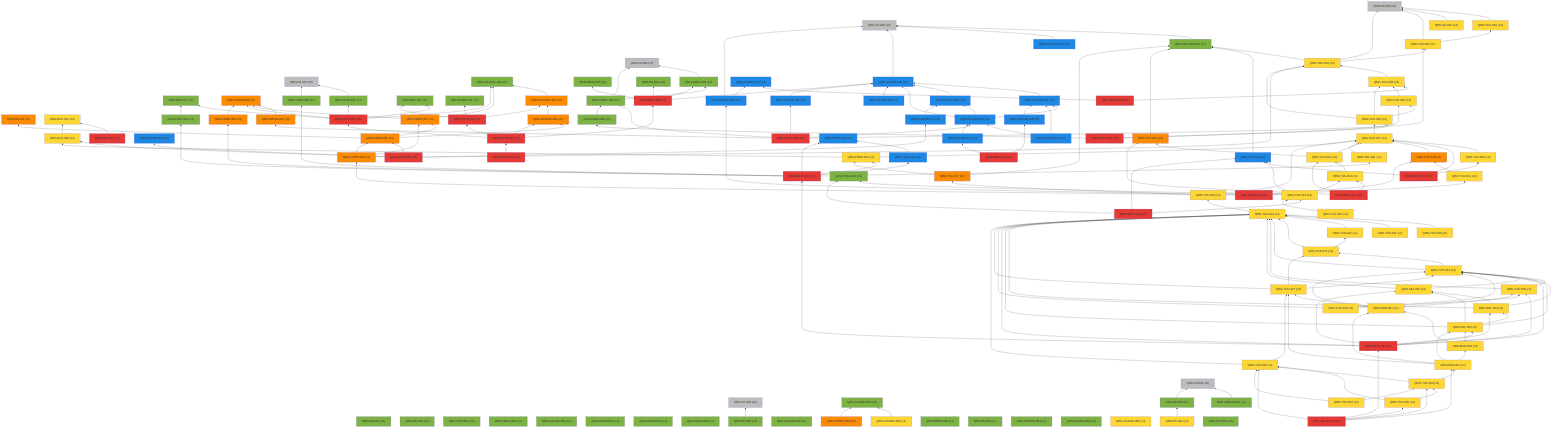
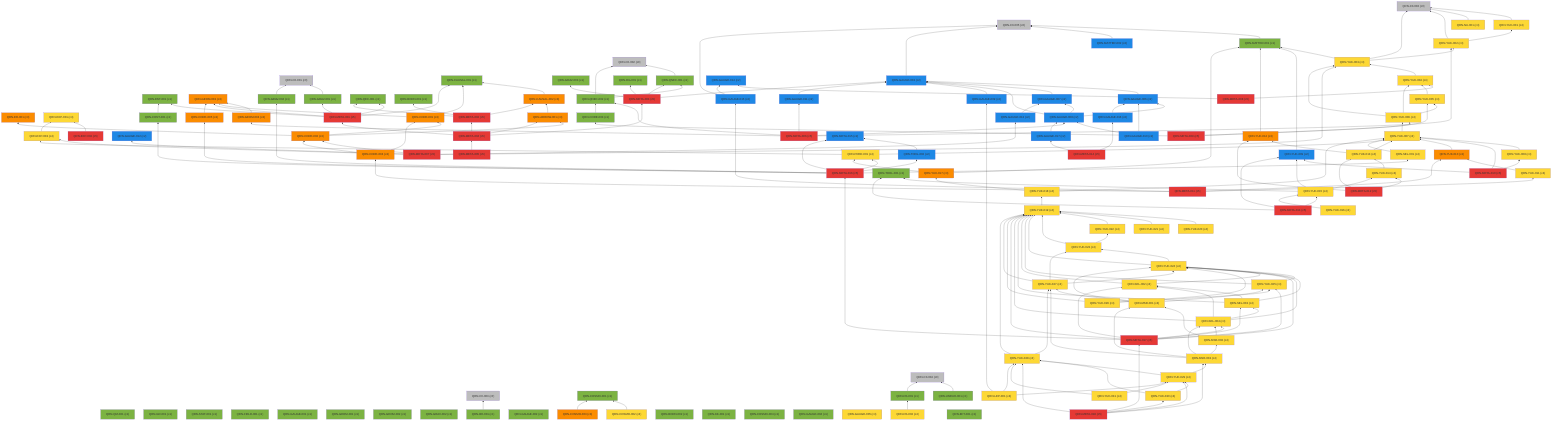
%% 自動生成 (dag/report.pl) — QRN 主張依存グラフ
graph BT
  QRN_C0_001["QRN-C0-001 (c0)"]:::c0
  QRN_C0_002["QRN-C0-002 (c0)"]:::c0
  QRN_C0_003["QRN-C0-003 (c0)"]:::c0
  QRN_C0_004["QRN-C0-004 (c0)"]:::c0
  QRN_C0_005["QRN-C0-005 (c0)"]:::c0
  QRN_C0_006["QRN-C0-006 (c0)"]:::c0
  QRN_QM_001["QRN-QM-001 (c1)"]:::c1
  QRN_GR_001["QRN-GR-001 (c1)"]:::c1
  QRN_STAT_001["QRN-STAT-001 (c1)"]:::c1
  QRN_FIELD_001["QRN-FIELD-001 (c1)"]:::c1
  QRN_GAUGE_001["QRN-GAUGE-001 (c1)"]:::c1
  QRN_ENT_001["QRN-ENT-001 (c1)"]:::c1
  QRN_GEOM_001["QRN-GEOM-001 (c1)"]:::c1
  QRN_GEOM_002["QRN-GEOM-002 (c1)"]:::c1
  QRN_GEOM_003["QRN-GEOM-003 (c3)"]:::c3
  QRN_GRAV_001["QRN-GRAV-001 (c1)"]:::c1
  QRN_GRAV_002["QRN-GRAV-002 (c1)"]:::c1
  QRN_BH_001["QRN-BH-001 (c1)"]:::c1
  QRN_CAUSAL_001["QRN-CAUSAL-001 (c1)"]:::c1
  QRN_CAUSAL_002["QRN-CAUSAL-002 (c3)"]:::c3
  QRN_ER_001["QRN-ER-001 (c3)"]:::c3
  QRN_QEC_001["QRN-QEC-001 (c1)"]:::c1
  QRN_GAUGE_002["QRN-GAUGE-002 (c1)"]:::c1
  QRN_COSMO_001["QRN-COSMO-001 (c1)"]:::c1
  QRN_COSMO_002["QRN-COSMO-002 (c4)"]:::c4
  QRN_COSMO_003["QRN-COSMO-003 (c3)"]:::c3
  QRN_BORN_001["QRN-BORN-001 (c1)"]:::c1
  QRN_BORN_002["QRN-BORN-002 (c1)"]:::c1
  QRN_GRAV_003["QRN-GRAV-003 (c1)"]:::c1
  QRN_KK_001["QRN-KK-001 (c1)"]:::c1
  QRN_MATTER_001["QRN-MATTER-001 (c1)"]:::c1
  QRN_MATTER_002["QRN-MATTER-002 (c2)"]:::c2
  QRN_COSMO_004["QRN-COSMO-004 (c1)"]:::c1
  QRN_EXP_001["QRN-EXP-001 (c4)"]:::c4
  QRN_GAUGE_003["QRN-GAUGE-003 (c2)"]:::c2
  QRN_GAUGE_004["QRN-GAUGE-004 (c1)"]:::c1
  QRN_GAUGE_005["QRN-GAUGE-005 (c4)"]:::c4
  QRN_YUK_001["QRN-YUK-001 (c4)"]:::c4
  QRN_RG_001["QRN-RG-001 (c1)"]:::c1
  QRN_UNRUH_001["QRN-UNRUH-001 (c1)"]:::c1
  QRN_QNEC_001["QRN-QNEC-001 (c1)"]:::c1
  QRN_NU_001["QRN-NU-001 (c4)"]:::c4
  QRN_GAUGE_006["QRN-GAUGE-006 (c2)"]:::c2
  QRN_DS_001["QRN-DS-001 (c1)"]:::c1
  QRN_DS_002["QRN-DS-002 (c4)"]:::c4
  QRN_ARROW_001["QRN-ARROW-001 (c3)"]:::c3
  QRN_GAUGE_007["QRN-GAUGE-007 (c2)"]:::c2
  QRN_EFT_001["QRN-EFT-001 (c1)"]:::c1
  QRN_GAUGE_008["QRN-GAUGE-008 (c2)"]:::c2
  QRN_GAUGE_009["QRN-GAUGE-009 (c2)"]:::c2
  QRN_GAUGE_010["QRN-GAUGE-010 (c2)"]:::c2
  QRN_QNEC_002["QRN-QNEC-002 (c1)"]:::c1
  QRN_GEOM_004["QRN-GEOM-004 (c3)"]:::c3
  QRN_YUK_002["QRN-YUK-002 (c4)"]:::c4
  QRN_EXP_002["QRN-EXP-002 (c5)"]:::c5
  QRN_CORE_001["QRN-CORE-001 (c3)"]:::c3
  QRN_GAUGE_011["QRN-GAUGE-011 (c2)"]:::c2
  QRN_GAUGE_012["QRN-GAUGE-012 (c2)"]:::c2
  QRN_YUK_003["QRN-YUK-003 (c4)"]:::c4
  QRN_EXP_003["QRN-EXP-003 (c4)"]:::c4
  QRN_CORE_002["QRN-CORE-002 (c3)"]:::c3
  QRN_GAUGE_013["QRN-GAUGE-013 (c2)"]:::c2
  QRN_YUK_004["QRN-YUK-004 (c4)"]:::c4
  QRN_GAUGE_014["QRN-GAUGE-014 (c2)"]:::c2
  QRN_META_001["QRN-META-001 (c5)"]:::c5
  QRN_META_002["QRN-META-002 (c5)"]:::c5
  QRN_META_003["QRN-META-003 (c5)"]:::c5
  QRN_META_004["QRN-META-004 (c5)"]:::c5
  QRN_META_005["QRN-META-005 (c5)"]:::c5
  QRN_META_006["QRN-META-006 (c5)"]:::c5
  QRN_META_007["QRN-META-007 (c5)"]:::c5
  QRN_META_008["QRN-META-008 (c5)"]:::c5
  QRN_YUK_005["QRN-YUK-005 (c4)"]:::c4
  QRN_YUK_006["QRN-YUK-006 (c4)"]:::c4
  QRN_CORE_003["QRN-CORE-003 (c1)"]:::c1
  QRN_META_009["QRN-META-009 (c5)"]:::c5
  QRN_YUK_007["QRN-YUK-007 (c4)"]:::c4
  QRN_YUK_008["QRN-YUK-008 (c4)"]:::c4
  QRN_YUK_009["QRN-YUK-009 (c2)"]:::c2
  QRN_META_010["QRN-META-010 (c5)"]:::c5
  QRN_GAUGE_015["QRN-GAUGE-015 (c2)"]:::c2
  QRN_YUK_010["QRN-YUK-010 (c3)"]:::c3
  QRN_YUK_011["QRN-YUK-011 (c4)"]:::c4
  QRN_CORE_004["QRN-CORE-004 (c3)"]:::c3
  QRN_META_011["QRN-META-011 (c5)"]:::c5
  QRN_YUK_012["QRN-YUK-012 (c3)"]:::c3
  QRN_YUK_013["QRN-YUK-013 (c4)"]:::c4
  QRN_YUK_014["QRN-YUK-014 (c4)"]:::c4
  QRN_META_012["QRN-META-012 (c5)"]:::c5
  QRN_TOOL_001["QRN-TOOL-001 (c1)"]:::c1
  QRN_YUK_015["QRN-YUK-015 (c4)"]:::c4
  QRN_META_013["QRN-META-013 (c5)"]:::c5
  QRN_GAUGE_016["QRN-GAUGE-016 (c2)"]:::c2
  QRN_GAUGE_017["QRN-GAUGE-017 (c2)"]:::c2
  QRN_META_014["QRN-META-014 (c5)"]:::c5
  QRN_META_015["QRN-META-015 (c2)"]:::c2
  QRN_TOOL_002["QRN-TOOL-002 (c2)"]:::c2
  QRN_CORE_005["QRN-CORE-005 (c3)"]:::c3
  QRN_CONT_001["QRN-CONT-001 (c1)"]:::c1
  QRN_SEL_001["QRN-SEL-001 (c4)"]:::c4
  QRN_GRAV_004["QRN-GRAV-004 (c1)"]:::c1
  QRN_PRED_001["QRN-PRED-001 (c4)"]:::c4
  QRN_META_016["QRN-META-016 (c5)"]:::c5
  QRN_YUK_016["QRN-YUK-016 (c4)"]:::c4
  QRN_YUK_017["QRN-YUK-017 (c3)"]:::c3
  QRN_YUK_018["QRN-YUK-018 (c4)"]:::c4
  QRN_YUK_019["QRN-YUK-019 (c4)"]:::c4
  QRN_YUK_020["QRN-YUK-020 (c4)"]:::c4
  QRN_YUK_021["QRN-YUK-021 (c4)"]:::c4
  QRN_YUK_022["QRN-YUK-022 (c4)"]:::c4
  QRN_YUK_023["QRN-YUK-023 (c4)"]:::c4
  QRN_YUK_024["QRN-YUK-024 (c4)"]:::c4
  QRN_YUK_025["QRN-YUK-025 (c4)"]:::c4
  QRN_SEL_002["QRN-SEL-002 (c4)"]:::c4
  QRN_SEL_003["QRN-SEL-003 (c4)"]:::c4
  QRN_SEL_004["QRN-SEL-004 (c4)"]:::c4
  QRN_META_017["QRN-META-017 (c5)"]:::c5
  QRN_YUK_026["QRN-YUK-026 (c4)"]:::c4
  QRN_YUK_027["QRN-YUK-027 (c4)"]:::c4
  QRN_MSR_001["QRN-MSR-001 (c4)"]:::c4
  QRN_MSR_002["QRN-MSR-002 (c4)"]:::c4
  QRN_MSR_003["QRN-MSR-003 (c4)"]:::c4
  QRN_YUK_028["QRN-YUK-028 (c4)"]:::c4
  QRN_YUK_029["QRN-YUK-029 (c4)"]:::c4
  QRN_YUK_030["QRN-YUK-030 (c4)"]:::c4
  QRN_META_018["QRN-META-018 (c5)"]:::c5
  QRN_YUK_031["QRN-YUK-031 (c4)"]:::c4
+   QRN_LEP_001["QRN-LEP-001 (c4)"]:::c4
  QRN_GRAV_001 --> QRN_C0_001
  QRN_BH_001 --> QRN_C0_003
  QRN_CAUSAL_002 --> QRN_CAUSAL_001
  QRN_COSMO_002 --> QRN_COSMO_001
  QRN_COSMO_003 --> QRN_COSMO_001
  QRN_MATTER_001 --> QRN_C0_005
  QRN_MATTER_002 --> QRN_C0_005
  QRN_GAUGE_003 --> QRN_C0_005
  QRN_YUK_001 --> QRN_C0_006
  QRN_UNRUH_001 --> QRN_C0_004
  QRN_QNEC_001 --> QRN_C0_002
  QRN_NU_001 --> QRN_C0_006
  QRN_GAUGE_006 --> QRN_GAUGE_003
  QRN_DS_001 --> QRN_C0_004
  QRN_DS_002 --> QRN_DS_001
  QRN_ARROW_001 --> QRN_CAUSAL_002
  QRN_GAUGE_007 --> QRN_GAUGE_003
  QRN_GAUGE_008 --> QRN_GAUGE_003
  QRN_GAUGE_008 --> QRN_GAUGE_006
  QRN_GAUGE_008 --> QRN_GAUGE_007
  QRN_GAUGE_009 --> QRN_GAUGE_003
  QRN_GAUGE_010 --> QRN_GAUGE_006
  QRN_GAUGE_010 --> QRN_GAUGE_008
  QRN_QNEC_002 --> QRN_C0_002
  QRN_QNEC_002 --> QRN_QNEC_001
  QRN_GEOM_004 --> QRN_GEOM_003
  QRN_YUK_002 --> QRN_C0_006
  QRN_YUK_002 --> QRN_YUK_001
  QRN_EXP_002 --> QRN_EXP_001
  QRN_CORE_001 --> QRN_GEOM_003
  QRN_CORE_001 --> QRN_CAUSAL_001
  QRN_GAUGE_011 --> QRN_GAUGE_003
  QRN_YUK_003 --> QRN_C0_006
  QRN_YUK_003 --> QRN_MATTER_001
  QRN_YUK_003 --> QRN_YUK_002
  QRN_EXP_003 --> QRN_EXP_001
  QRN_CORE_002 --> QRN_CORE_001
  QRN_CORE_002 --> QRN_ER_001
  QRN_CORE_002 --> QRN_ARROW_001
  QRN_GAUGE_013 --> QRN_GAUGE_007
  QRN_YUK_004 --> QRN_YUK_003
  QRN_META_001 --> QRN_GEOM_003
  QRN_META_001 --> QRN_GRAV_001
  QRN_META_001 --> QRN_CAUSAL_001
  QRN_META_001 --> QRN_QEC_001
  QRN_META_001 --> QRN_ENT_001
  QRN_META_002 --> QRN_QEC_001
  QRN_META_002 --> QRN_BORN_001
  QRN_META_002 --> QRN_CAUSAL_002
  QRN_META_003 --> QRN_GAUGE_003
  QRN_META_003 --> QRN_RG_001
  QRN_META_003 --> QRN_QNEC_001
  QRN_META_003 --> QRN_GRAV_003
  QRN_META_004 --> QRN_META_001
  QRN_META_004 --> QRN_META_002
  QRN_META_004 --> QRN_META_003
  QRN_META_004 --> QRN_ARROW_001
  QRN_META_005 --> QRN_META_004
  QRN_META_006 --> QRN_GAUGE_008
  QRN_META_006 --> QRN_QNEC_002
  QRN_META_006 --> QRN_GEOM_004
  QRN_META_006 --> QRN_YUK_002
  QRN_META_006 --> QRN_GAUGE_011
  QRN_META_007 --> QRN_GAUGE_012
  QRN_META_007 --> QRN_YUK_003
  QRN_META_007 --> QRN_EXP_003
  QRN_META_007 --> QRN_CORE_002
  QRN_META_007 --> QRN_GAUGE_013
  QRN_META_008 --> QRN_YUK_004
  QRN_META_008 --> QRN_GAUGE_014
  QRN_YUK_005 --> QRN_YUK_004
  QRN_YUK_006 --> QRN_YUK_003
  QRN_YUK_006 --> QRN_YUK_004
  QRN_YUK_006 --> QRN_YUK_005
  QRN_CORE_003 --> QRN_QNEC_002
  QRN_META_009 --> QRN_YUK_005
  QRN_META_009 --> QRN_YUK_006
  QRN_META_009 --> QRN_CORE_003
  QRN_YUK_007 --> QRN_YUK_006
  QRN_YUK_008 --> QRN_YUK_007
  QRN_YUK_009 --> QRN_MATTER_001
  QRN_META_010 --> QRN_YUK_007
  QRN_META_010 --> QRN_YUK_008
  QRN_META_010 --> QRN_YUK_009
  QRN_GAUGE_015 --> QRN_C0_005
  QRN_GAUGE_015 --> QRN_GAUGE_014
  QRN_YUK_010 --> QRN_YUK_007
  QRN_YUK_011 --> QRN_YUK_010
  QRN_CORE_004 --> QRN_CORE_001
  QRN_CORE_004 --> QRN_CORE_002
  QRN_META_011 --> QRN_GAUGE_015
  QRN_META_011 --> QRN_YUK_010
  QRN_META_011 --> QRN_YUK_011
  QRN_META_011 --> QRN_CORE_004
  QRN_YUK_012 --> QRN_MATTER_001
  QRN_YUK_013 --> QRN_YUK_012
  QRN_YUK_013 --> QRN_YUK_007
  QRN_YUK_014 --> QRN_YUK_013
  QRN_META_012 --> QRN_YUK_012
  QRN_META_012 --> QRN_YUK_013
  QRN_META_012 --> QRN_YUK_014
  QRN_YUK_015 --> QRN_YUK_014
  QRN_YUK_015 --> QRN_TOOL_001
  QRN_YUK_015 --> QRN_YUK_009
  QRN_META_013 --> QRN_YUK_015
  QRN_META_013 --> QRN_TOOL_001
  QRN_META_013 --> QRN_YUK_009
  QRN_GAUGE_016 --> QRN_GAUGE_006
  QRN_GAUGE_017 --> QRN_GAUGE_008
  QRN_META_014 --> QRN_GAUGE_016
  QRN_META_014 --> QRN_GAUGE_017
  QRN_TOOL_002 --> QRN_META_015
  QRN_CORE_005 --> QRN_GEOM_003
  QRN_CONT_001 --> QRN_ENT_001
  QRN_SEL_001 --> QRN_YUK_007
  QRN_GRAV_004 --> QRN_C0_001
  QRN_PRED_001 --> QRN_YUK_007
  QRN_PRED_001 --> QRN_EXP_003
  QRN_META_016 --> QRN_META_015
  QRN_META_016 --> QRN_TOOL_002
  QRN_META_016 --> QRN_CORE_005
  QRN_META_016 --> QRN_CONT_001
  QRN_META_016 --> QRN_SEL_001
  QRN_META_016 --> QRN_GRAV_004
  QRN_META_016 --> QRN_PRED_001
  QRN_YUK_016 --> QRN_YUK_015
  QRN_YUK_017 --> QRN_MATTER_001
  QRN_YUK_017 --> QRN_PRED_001
  QRN_YUK_018 --> QRN_YUK_017
  QRN_YUK_018 --> QRN_YUK_007
  QRN_YUK_019 --> QRN_YUK_018
  QRN_YUK_020 --> QRN_YUK_019
  QRN_YUK_021 --> QRN_YUK_019
  QRN_YUK_022 --> QRN_YUK_019
  QRN_YUK_023 --> QRN_YUK_019
  QRN_YUK_023 --> QRN_YUK_022
  QRN_YUK_024 --> QRN_YUK_019
  QRN_YUK_024 --> QRN_YUK_023
  QRN_YUK_025 --> QRN_YUK_019
  QRN_YUK_025 --> QRN_YUK_024
  QRN_SEL_002 --> QRN_YUK_019
  QRN_SEL_002 --> QRN_YUK_024
  QRN_SEL_003 --> QRN_YUK_019
  QRN_SEL_003 --> QRN_YUK_024
  QRN_SEL_003 --> QRN_SEL_002
  QRN_SEL_004 --> QRN_YUK_019
  QRN_SEL_004 --> QRN_YUK_024
  QRN_SEL_004 --> QRN_SEL_002
  QRN_SEL_004 --> QRN_SEL_003
  QRN_META_017 --> QRN_META_016
  QRN_META_017 --> QRN_YUK_019
  QRN_META_017 --> QRN_YUK_024
  QRN_META_017 --> QRN_YUK_025
  QRN_META_017 --> QRN_SEL_002
  QRN_META_017 --> QRN_SEL_003
  QRN_META_017 --> QRN_SEL_004
  QRN_YUK_026 --> QRN_YUK_019
  QRN_YUK_026 --> QRN_YUK_024
  QRN_YUK_026 --> QRN_YUK_025
  QRN_YUK_027 --> QRN_YUK_019
  QRN_YUK_027 --> QRN_YUK_023
  QRN_YUK_027 --> QRN_YUK_024
  QRN_MSR_001 --> QRN_YUK_024
  QRN_MSR_001 --> QRN_YUK_025
  QRN_MSR_001 --> QRN_YUK_027
  QRN_MSR_002 --> QRN_SEL_004
  QRN_MSR_002 --> QRN_MSR_001
  QRN_MSR_003 --> QRN_MSR_001
  QRN_MSR_003 --> QRN_MSR_002
  QRN_MSR_003 --> QRN_SEL_004
  QRN_MSR_003 --> QRN_YUK_027
  QRN_YUK_028 --> QRN_YUK_019
  QRN_YUK_028 --> QRN_YUK_027
  QRN_YUK_029 --> QRN_YUK_028
  QRN_YUK_029 --> QRN_MSR_003
  QRN_YUK_030 --> QRN_YUK_028
  QRN_YUK_030 --> QRN_YUK_029
  QRN_META_018 --> QRN_META_017
  QRN_META_018 --> QRN_MSR_003
  QRN_META_018 --> QRN_YUK_028
  QRN_META_018 --> QRN_YUK_029
  QRN_META_018 --> QRN_YUK_030
  QRN_YUK_031 --> QRN_YUK_028
  QRN_YUK_031 --> QRN_YUK_029
+   QRN_LEP_001 --> QRN_YUK_028
+   QRN_LEP_001 --> QRN_YUK_029
+   QRN_LEP_001 --> QRN_GAUGE_009
  classDef c0 fill:#bdbdbd
  classDef c1 fill:#7cb342
  classDef c2 fill:#1e88e5
  classDef c3 fill:#fb8c00
  classDef c4 fill:#fdd835
  classDef c5 fill:#e53935
